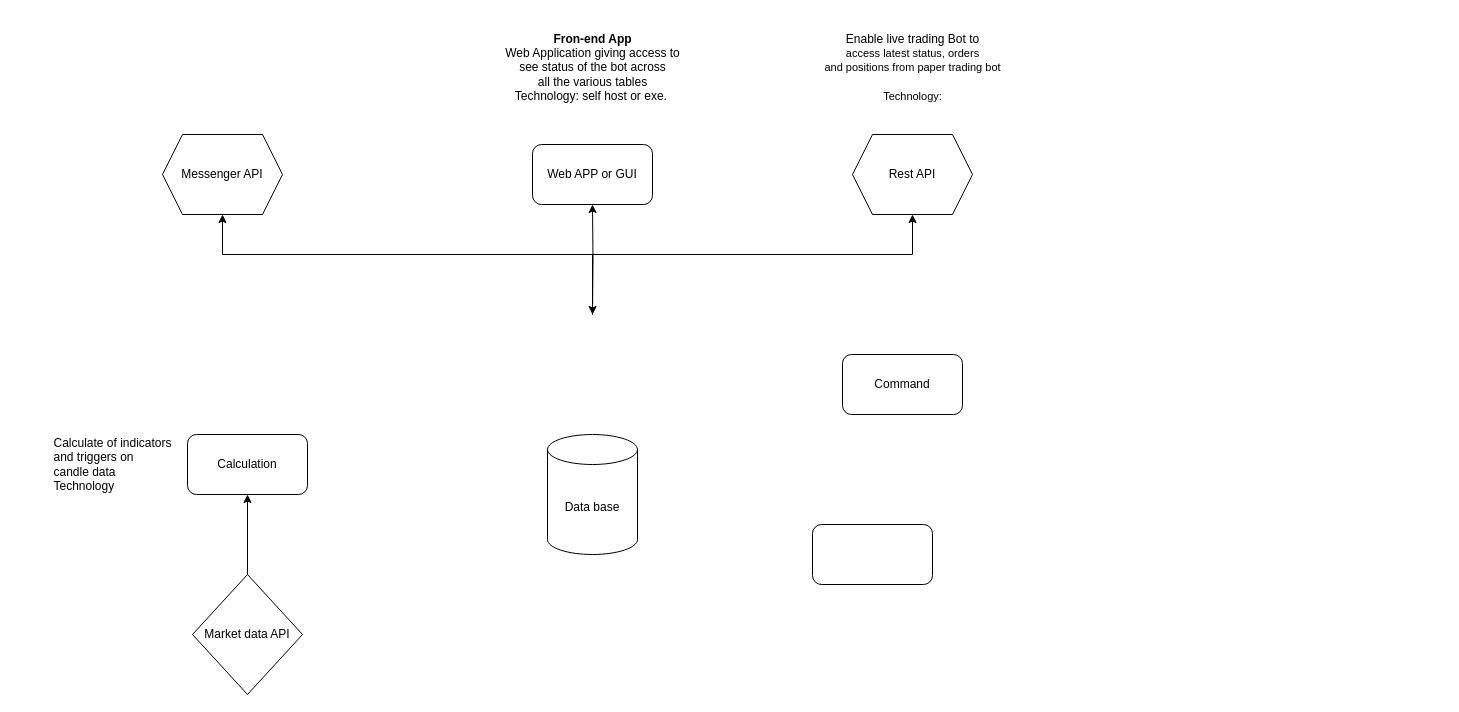
Earlier version of the draw.io diagram New folder/Architechture.drawio (Hoangkim1301/brokertrapcoin). Source tidied: cells renumbered, new cells numbered last; positions are measured from the earlier drawing's top-left corner, leaving out a move shared by most shapes. Both pictures are drawn from the tidied source at 100%, with x=0, y=0 at pixel (42, 22).
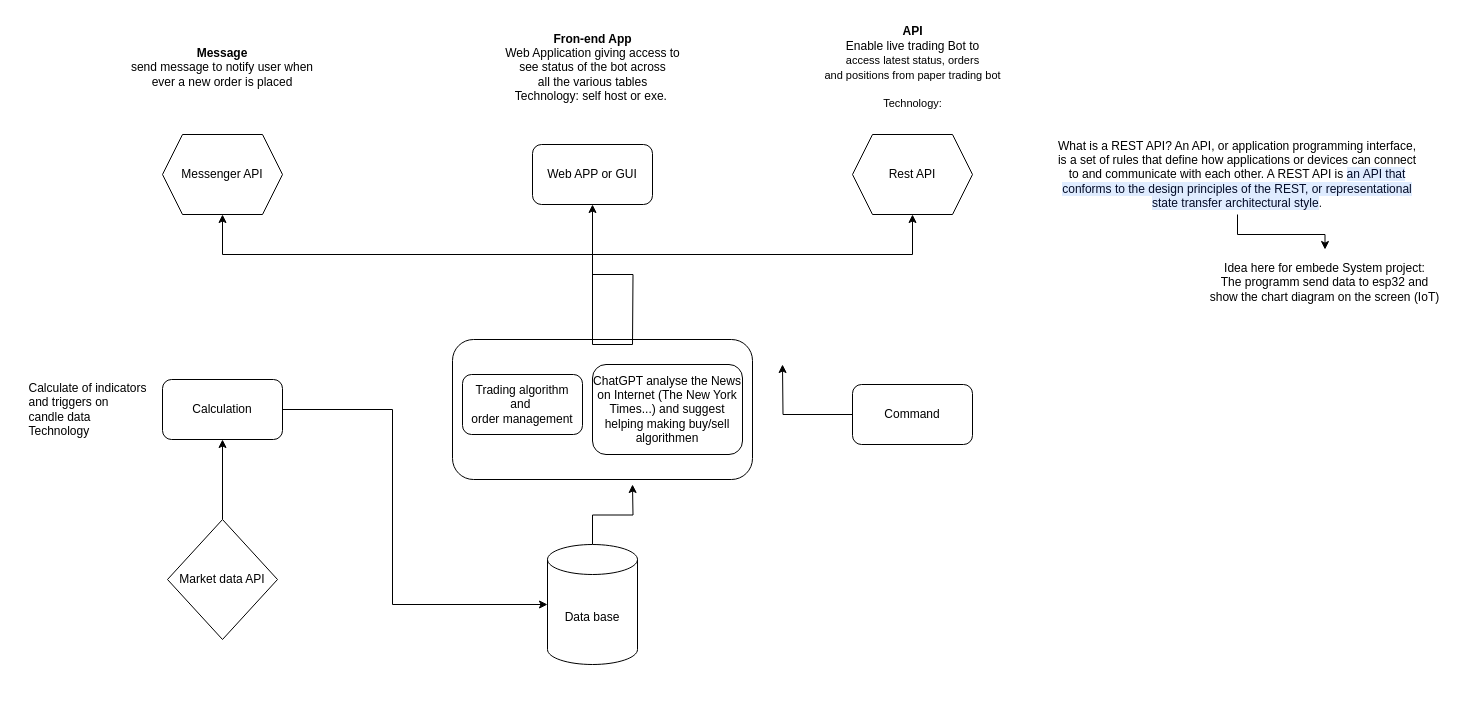
Above is the later version.

Unchanged cells that the change refers to:
```xml
<mxCell id="10" value="Web APP or GUI" style="rounded=1;whiteSpace=wrap;html=1;" parent="1" vertex="1">
  <mxGeometry x="490" y="122" width="120" height="60" as="geometry" />
</mxCell>
<mxCell id="12" value="Messenger API" style="shape=hexagon;perimeter=hexagonPerimeter2;whiteSpace=wrap;html=1;fixedSize=1;" parent="1" vertex="1">
  <mxGeometry x="120" y="112" width="120" height="80" as="geometry" />
</mxCell>
```

Change to the diagram source:
```diff
@@
+    <mxCell id="17" style="rounded=1;whiteSpace=wrap;html=1;" parent="1" vertex="1">
+      <mxGeometry x="410" y="317" width="300" height="140" as="geometry" />
+    </mxCell>
     <mxCell id="2" value="Calculation" style="rounded=1;whiteSpace=wrap;html=1;" parent="1" vertex="1">
-      <mxGeometry x="145" y="412" width="120" height="60" as="geometry" />
+      <mxGeometry x="120" y="357" width="120" height="60" as="geometry" />
     </mxCell>
-    <mxCell id="3" style="rounded=1;whiteSpace=wrap;html=1;" parent="1" vertex="1">
-      <mxGeometry x="770" y="502" width="120" height="60" as="geometry" />
+    <mxCell id="3" value="ChatGPT analyse the News on Internet (The New York Times...) and suggest helping making buy/sell algorithmen" style="rounded=1;whiteSpace=wrap;html=1;" parent="1" vertex="1">
+      <mxGeometry x="550" y="342" width="150" height="90" as="geometry" />
     </mxCell>
+    <mxCell id="18" style="edgeStyle=orthogonalEdgeStyle;rounded=0;jettySize=auto;html=1;" parent="1" edge="1" source="4">
+      <mxGeometry relative="1" as="geometry">
+        <mxPoint x="740" y="342" as="targetPoint" />
+      </mxGeometry>
+    </mxCell>
     <mxCell id="4" value="Command" style="rounded=1;whiteSpace=wrap;html=1;" parent="1" vertex="1">
-      <mxGeometry x="800" y="332" width="120" height="60" as="geometry" />
+      <mxGeometry x="810" y="362" width="120" height="60" as="geometry" />
     </mxCell>
-    <mxCell id="5" style="edgeStyle=orthogonalEdgeStyle;rounded=0;jettySize=auto;html=1;entryX=0.5;entryY=1;entryDx=0;entryDy=0;startArrow=classic;startFill=1;" parent="1" edge="1" target="10">
-      <mxGeometry relative="1" as="geometry">
-        <mxPoint x="550" y="292" as="sourcePoint" />
-      </mxGeometry>
-    </mxCell>
@@
     <mxCell id="7" style="edgeStyle=orthogonalEdgeStyle;rounded=0;jettySize=auto;html=1;entryX=0.5;entryY=1;entryDx=0;entryDy=0;" parent="1" edge="1" target="12">
       <mxGeometry relative="1" as="geometry">
-        <mxPoint x="550" y="292" as="sourcePoint" />
+        <mxPoint x="590" y="322" as="sourcePoint" />
         <Array as="points">
           <mxPoint x="550" y="232" />
           <mxPoint x="180" y="232" />
         </Array>
       </mxGeometry>
     </mxCell>
@@
     <mxCell id="9" value="Market data API" style="rhombus;whiteSpace=wrap;html=1;" parent="1" vertex="1">
-      <mxGeometry x="150" y="552" width="110" height="120" as="geometry" />
+      <mxGeometry x="125" y="497" width="110" height="120" as="geometry" />
     </mxCell>
@@
-    <mxCell id="13" value="Enable live trading Bot to&lt;br style=&quot;border-color: var(--border-color); font-size: 11px;&quot;&gt;&lt;span style=&quot;font-size: 11px; background-color: rgb(255, 255, 255);&quot;&gt;access latest status, orders&lt;/span&gt;&lt;br style=&quot;border-color: var(--border-color); font-size: 11px;&quot;&gt;&lt;span style=&quot;font-size: 11px; background-color: rgb(255, 255, 255);&quot;&gt;and positions from paper trading bot&lt;/span&gt;&lt;br style=&quot;border-color: var(--border-color); font-size: 11px;&quot;&gt;&lt;br style=&quot;border-color: var(--border-color); font-size: 11px;&quot;&gt;&lt;span style=&quot;font-size: 11px; background-color: rgb(255, 255, 255);&quot;&gt;Technology:&lt;/span&gt;" style="text;html=1;align=center;verticalAlign=middle;strokeColor=none;fillColor=none;" parent="1" vertex="1">
-      <mxGeometry x="770" width="200" height="90" as="geometry" />
+    <mxCell id="13" value="&lt;b&gt;API&lt;/b&gt;&lt;br&gt;Enable live trading Bot to&lt;br style=&quot;border-color: var(--border-color); font-size: 11px;&quot;&gt;&lt;span style=&quot;font-size: 11px; background-color: rgb(255, 255, 255);&quot;&gt;access latest status, orders&lt;/span&gt;&lt;br style=&quot;border-color: var(--border-color); font-size: 11px;&quot;&gt;&lt;span style=&quot;font-size: 11px; background-color: rgb(255, 255, 255);&quot;&gt;and positions from paper trading bot&lt;/span&gt;&lt;br style=&quot;border-color: var(--border-color); font-size: 11px;&quot;&gt;&lt;br style=&quot;border-color: var(--border-color); font-size: 11px;&quot;&gt;&lt;span style=&quot;font-size: 11px; background-color: rgb(255, 255, 255);&quot;&gt;Technology:&lt;/span&gt;" style="text;html=1;align=center;verticalAlign=middle;strokeColor=none;fillColor=none;" parent="1" vertex="1">
+      <mxGeometry x="770" y="-5" width="200" height="100" as="geometry" />
     </mxCell>
@@
+    <mxCell id="19" style="edgeStyle=orthogonalEdgeStyle;rounded=0;jettySize=auto;html=1;" parent="1" edge="1" source="15">
+      <mxGeometry relative="1" as="geometry">
+        <mxPoint x="590" y="462" as="targetPoint" />
+      </mxGeometry>
+    </mxCell>
     <mxCell id="15" value="Data base" style="shape=cylinder3;whiteSpace=wrap;html=1;boundedLbl=1;backgroundOutline=1;size=15;" parent="1" vertex="1">
-      <mxGeometry x="505" y="412" width="90" height="120" as="geometry" />
+      <mxGeometry x="505" y="522" width="90" height="120" as="geometry" />
     </mxCell>
     <mxCell id="16" value="&lt;div style=&quot;text-align: left;&quot;&gt;&lt;span style=&quot;background-color: initial;&quot;&gt;Calculate of indicators&lt;/span&gt;&lt;/div&gt;&lt;div style=&quot;text-align: left;&quot;&gt;&lt;span style=&quot;background-color: initial;&quot;&gt;and triggers on&lt;/span&gt;&lt;/div&gt;&lt;div style=&quot;text-align: left;&quot;&gt;&lt;span style=&quot;background-color: initial;&quot;&gt;candle data&lt;/span&gt;&lt;/div&gt;&lt;div style=&quot;text-align: left;&quot;&gt;&lt;span style=&quot;background-color: initial;&quot;&gt;Technology&lt;/span&gt;&lt;/div&gt;" style="text;html=1;align=center;verticalAlign=middle;strokeColor=none;fillColor=none;" parent="1" vertex="1">
-      <mxGeometry y="407" width="140" height="70" as="geometry" />
+      <mxGeometry x="-25" y="352" width="140" height="70" as="geometry" />
     </mxCell>
+    <mxCell id="20" style="edgeStyle=orthogonalEdgeStyle;rounded=0;jettySize=auto;html=1;entryX=0.5;entryY=1;entryDx=0;entryDy=0;" parent="1" edge="1" target="10">
+      <mxGeometry relative="1" as="geometry">
+        <mxPoint x="590" y="322" as="sourcePoint" />
+      </mxGeometry>
+    </mxCell>
+    <mxCell id="21" value="Trading algorithm&lt;br&gt;and&amp;nbsp;&lt;br&gt;order management" style="rounded=1;whiteSpace=wrap;html=1;" parent="1" vertex="1">
+      <mxGeometry x="420" y="352" width="120" height="60" as="geometry" />
+    </mxCell>
+    <mxCell id="22" style="edgeStyle=orthogonalEdgeStyle;rounded=0;jettySize=auto;html=1;" parent="1" edge="1" source="23" target="26">
+      <mxGeometry relative="1" as="geometry" />
+    </mxCell>
+    <mxCell id="23" value="&lt;font style=&quot;font-size: 12px;&quot;&gt;What is a REST API? An API, or application programming interface, is a set of rules that define how applications or devices can connect to and communicate with each other. A REST API is&amp;nbsp;&lt;span style=&quot;background-color: rgba(80, 151, 255, 0.18); color: rgb(4, 12, 40); font-family: &amp;quot;Google Sans&amp;quot;, arial, sans-serif; text-align: left;&quot;&gt;an API that conforms to the design principles of the REST, or representational state transfer architectural style&lt;/span&gt;&lt;span style=&quot;color: rgb(32, 33, 36); font-family: &amp;quot;Google Sans&amp;quot;, arial, sans-serif; text-align: left; background-color: rgb(255, 255, 255);&quot;&gt;.&lt;/span&gt;&lt;/font&gt;" style="text;html=1;strokeColor=none;fillColor=none;align=center;verticalAlign=middle;whiteSpace=wrap;rounded=0;" parent="1" vertex="1">
+      <mxGeometry x="1010" y="112" width="370" height="80" as="geometry" />
+    </mxCell>
+    <mxCell id="24" value="&lt;b&gt;Message&lt;/b&gt;&lt;br style=&quot;border-color: var(--border-color);&quot;&gt;&lt;span style=&quot;&quot;&gt;send message to notify user when ever a new order is placed&lt;/span&gt;" style="text;html=1;strokeColor=none;fillColor=none;align=center;verticalAlign=middle;whiteSpace=wrap;rounded=0;" parent="1" vertex="1">
+      <mxGeometry x="85" y="15" width="190" height="60" as="geometry" />
+    </mxCell>
+    <mxCell id="25" style="edgeStyle=orthogonalEdgeStyle;rounded=0;jettySize=auto;html=1;entryX=0;entryY=0.5;entryDx=0;entryDy=0;entryPerimeter=0;" parent="1" edge="1" source="2" target="15">
+      <mxGeometry relative="1" as="geometry">
+        <Array as="points">
+          <mxPoint x="350" y="387" />
+          <mxPoint x="350" y="582" />
+        </Array>
+      </mxGeometry>
+    </mxCell>
+    <mxCell id="26" value="Idea here for embede System project:&lt;br&gt;The programm send data to esp32 and show the chart diagram on the screen (IoT)" style="text;html=1;strokeColor=none;fillColor=none;align=center;verticalAlign=middle;whiteSpace=wrap;rounded=0;" parent="1" vertex="1">
+      <mxGeometry x="1165" y="227" width="235" height="65" as="geometry" />
+    </mxCell>
```
